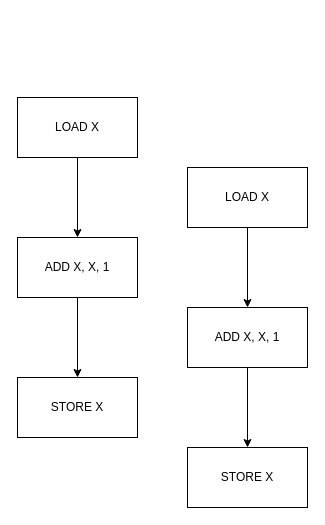
Earlier version of the draw.io diagram Untitled Diagram.drawio (Sairajkodilkar/blog). Source tidied: cells renumbered, new cells numbered last; positions are measured from the earlier drawing's top-left corner, leaving out a move shared by most shapes. Both pictures are drawn from the tidied source at 100%, with x=0, y=0 at pixel (17, 97).
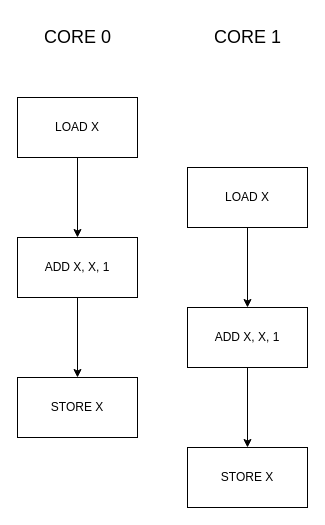
The same diagram, later.

The edit, as a diff of the source:
```diff
@@
 <mxGraphModel>
   <root>
     <mxCell id="0" />
     <mxCell id="1" parent="0" />
     <mxCell id="2" style="edgeStyle=orthogonalEdgeStyle;rounded=0;jettySize=auto;html=1;" parent="1" edge="1" source="3" target="5">
       <mxGeometry relative="1" as="geometry" />
     </mxCell>
     <mxCell id="3" value="LOAD X" style="rounded=0;whiteSpace=wrap;html=1;" parent="1" vertex="1">
       <mxGeometry width="120" height="60" as="geometry" />
     </mxCell>
     <mxCell id="4" style="edgeStyle=orthogonalEdgeStyle;rounded=0;jettySize=auto;html=1;" parent="1" edge="1" source="5" target="6">
       <mxGeometry relative="1" as="geometry" />
     </mxCell>
     <mxCell id="5" value="ADD X, X, 1" style="rounded=0;whiteSpace=wrap;html=1;" parent="1" vertex="1">
       <mxGeometry y="140" width="120" height="60" as="geometry" />
     </mxCell>
     <mxCell id="6" value="STORE X" style="rounded=0;whiteSpace=wrap;html=1;" parent="1" vertex="1">
       <mxGeometry y="280" width="120" height="60" as="geometry" />
     </mxCell>
     <mxCell id="7" style="edgeStyle=orthogonalEdgeStyle;rounded=0;jettySize=auto;html=1;" parent="1" edge="1" source="8" target="10">
       <mxGeometry relative="1" as="geometry" />
     </mxCell>
     <mxCell id="8" value="LOAD X" style="rounded=0;whiteSpace=wrap;html=1;" parent="1" vertex="1">
       <mxGeometry x="170" y="70" width="120" height="60" as="geometry" />
     </mxCell>
     <mxCell id="9" style="edgeStyle=orthogonalEdgeStyle;rounded=0;jettySize=auto;html=1;" parent="1" edge="1" source="10" target="11">
       <mxGeometry relative="1" as="geometry" />
     </mxCell>
     <mxCell id="10" value="ADD X, X, 1" style="rounded=0;whiteSpace=wrap;html=1;" parent="1" vertex="1">
       <mxGeometry x="170" y="210" width="120" height="60" as="geometry" />
     </mxCell>
     <mxCell id="11" value="STORE X" style="rounded=0;whiteSpace=wrap;html=1;" parent="1" vertex="1">
       <mxGeometry x="170" y="350" width="120" height="60" as="geometry" />
     </mxCell>
+    <mxCell id="12" value="&lt;font style=&quot;font-size: 18px;&quot;&gt;CORE 0&lt;/font&gt;" style="text;html=1;align=center;verticalAlign=middle;strokeColor=none;fillColor=none;" parent="1" vertex="1">
+      <mxGeometry x="15" y="-80" width="90" height="40" as="geometry" />
+    </mxCell>
+    <mxCell id="13" value="&lt;font style=&quot;font-size: 18px;&quot;&gt;CORE 1&lt;br&gt;&lt;/font&gt;" style="text;html=1;align=center;verticalAlign=middle;strokeColor=none;fillColor=none;" parent="1" vertex="1">
+      <mxGeometry x="185" y="-80" width="90" height="40" as="geometry" />
+    </mxCell>
   </root>
 </mxGraphModel>
```
